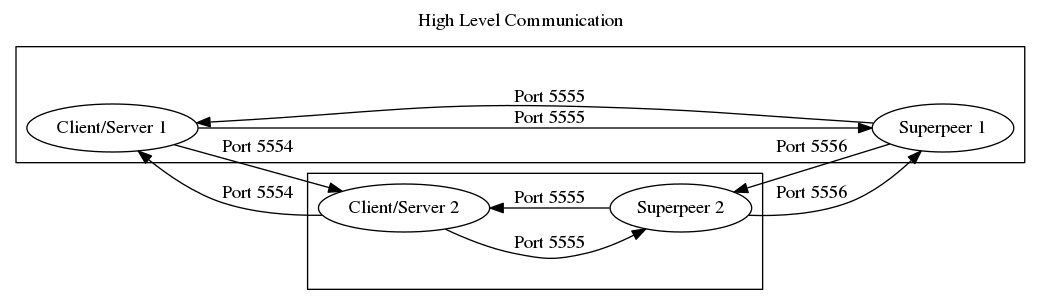
The Graphviz diagram diagrams/highLevelCommunication.png in drewcforbes/jjdtm-phase2, before a commit. Its source is kept beside it as diagrams/highLevelCommunication.dot.
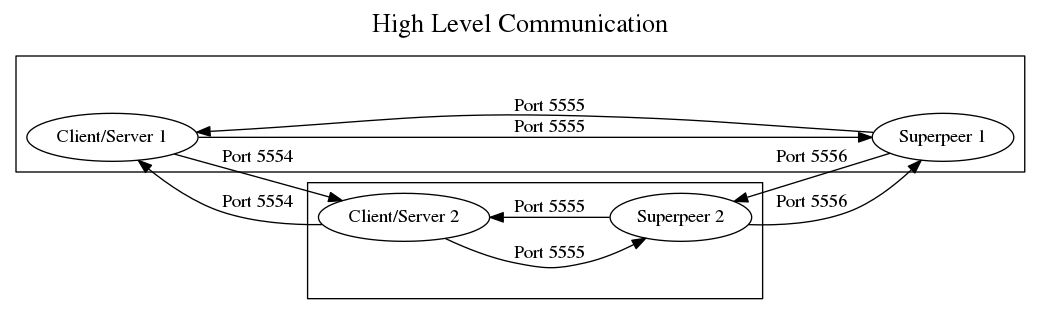
Later version of the same file.

Commit message:
Added a simpler dataflow diagram. Updated text sizes for a few other diagrams. Also added renderings for most of the diagrams

Diff of the diagram source:
```diff
@@ -1,6 +1,7 @@
 digraph Communication {
     label="High Level Communication"
     labelloc=t
+    fontsize=20.0
     rankdir=LR
 
     subgraph cluster_superpeer1 {
```
